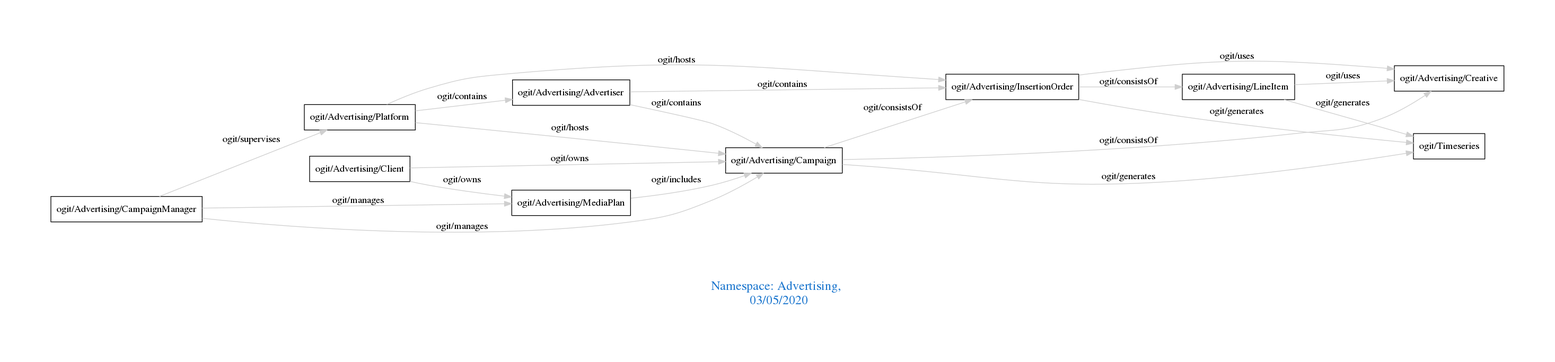
The Graphviz diagram downloads/Advertising.png in arago/OGIT, before a commit. Its source is kept beside it as downloads/Advertising.dot.
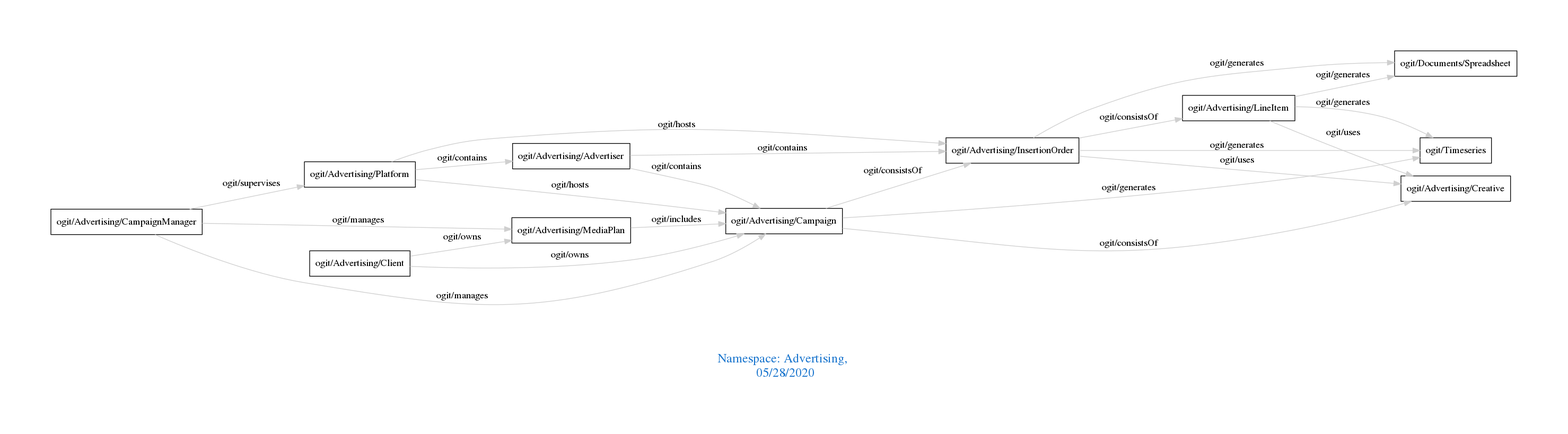
Later version of the same file.

Change to the diagram source:
```diff
@@ -1,7 +1,7 @@
 digraph OGIT_ontology {
  graph [ rankdir= LR,pad=1
 fontsize = 18,
-fontcolor= dodgerblue3,label = "\n\n\nNamespace: Advertising, \n 03/05/2020"];
+fontcolor= dodgerblue3,label = "\n\n\nNamespace: Advertising, \n 05/28/2020"];
 node[shape=polygon];
 edge [  color="gray81"];
 
@@ -15,7 +15,9 @@
    "ogit/Advertising/CampaignManager" -> "ogit/Advertising/Platform" [label="   ogit/supervises    "];
    "ogit/Advertising/Campaign" -> "ogit/Timeseries" [label="   ogit/generates    "];
    "ogit/Advertising/InsertionOrder" -> "ogit/Timeseries" [label="   ogit/generates    "];
+   "ogit/Advertising/InsertionOrder" -> "ogit/Documents/Spreadsheet" [label="   ogit/generates    "];
    "ogit/Advertising/LineItem" -> "ogit/Timeseries" [label="   ogit/generates    "];
+   "ogit/Advertising/LineItem" -> "ogit/Documents/Spreadsheet" [label="   ogit/generates    "];
    "ogit/Advertising/MediaPlan" -> "ogit/Advertising/Campaign" [label="   ogit/includes    "];
    "ogit/Advertising/Client" -> "ogit/Advertising/MediaPlan" [label="   ogit/owns    "];
    "ogit/Advertising/Client" -> "ogit/Advertising/Campaign" [label="   ogit/owns    "];
```
